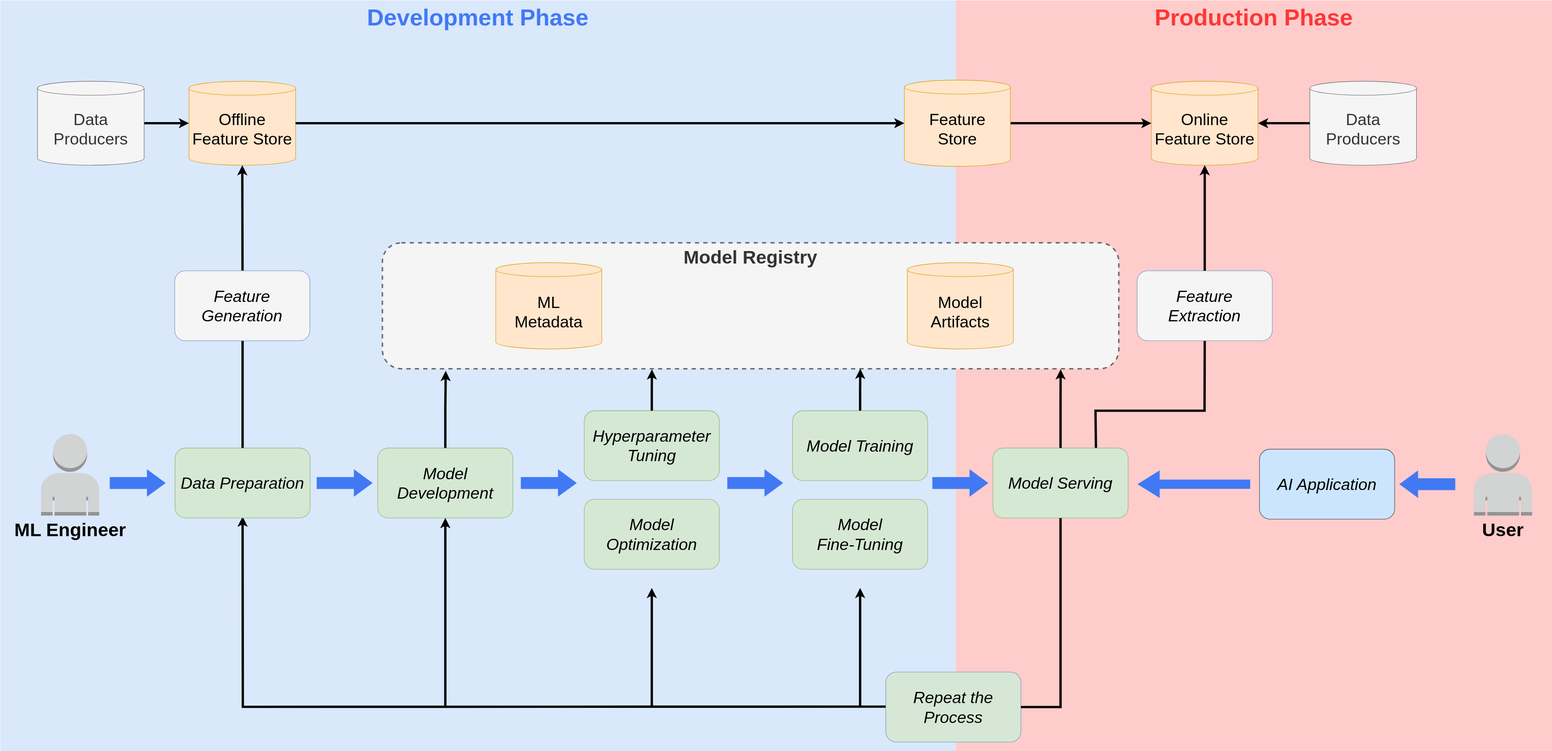
The draw.io diagram content/en/docs/started/images/ml-lifecycle-dev-prod.drawio.svg in kubeflow/website, before a commit. Source tidied: cells renumbered, new cells last; positions are measured from the earlier drawing's top-left corner, leaving out a move shared by most shapes.
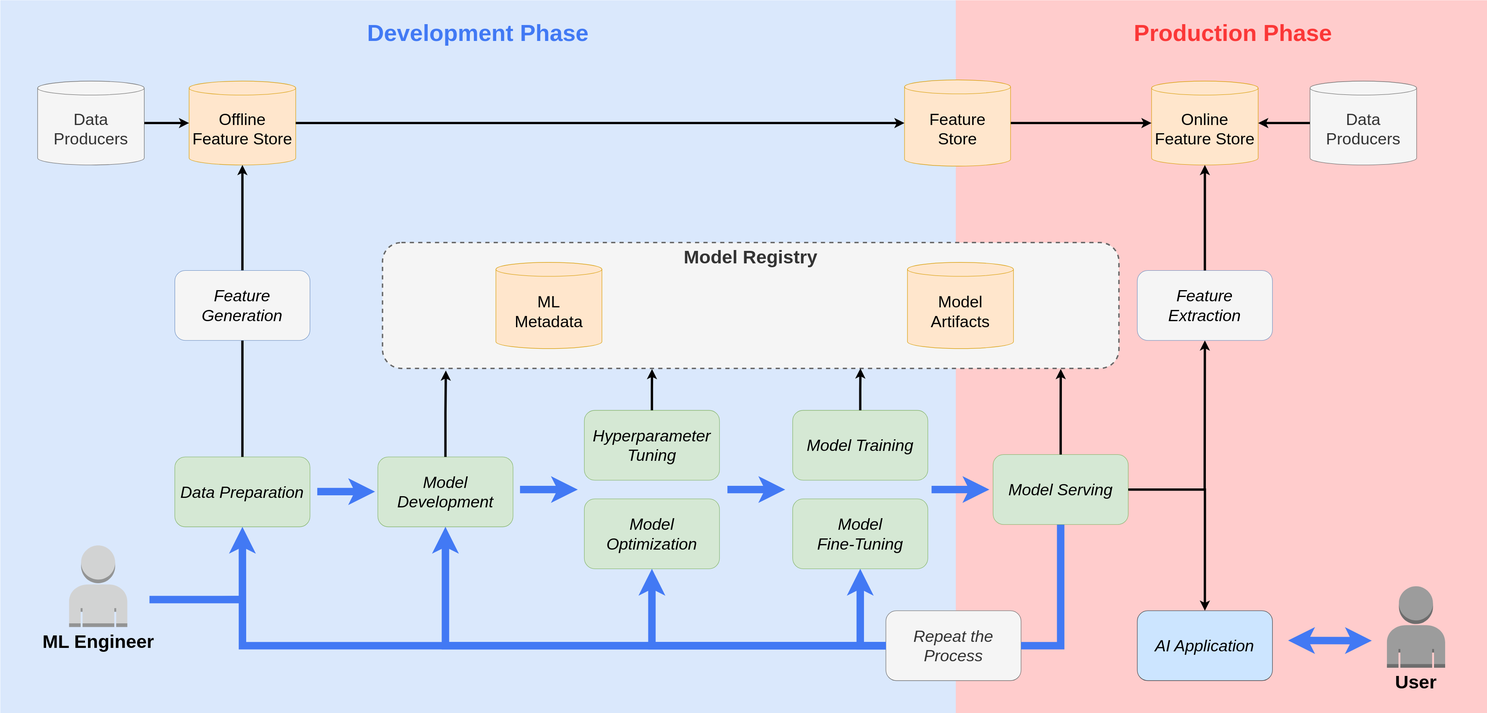
Later version of the same file.

Diff of the diagram source:
```diff
@@ -2,14 +2,14 @@
   <root>
     <mxCell id="0" />
     <mxCell id="1" parent="0" />
-    <mxCell id="2" value="Production Phase" style="rounded=1;whiteSpace=wrap;html=1;dashed=1;fillColor=#ffcccc;strokeWidth=5;strokeColor=none;fontSize=50;verticalAlign=top;arcSize=0;fontStyle=1;fontColor=#fb3737;" parent="1" vertex="1">
-      <mxGeometry x="2050" width="1280" height="1610" as="geometry" />
+    <mxCell id="2" style="rounded=1;whiteSpace=wrap;html=1;dashed=1;fillColor=#ffcccc;strokeWidth=5;strokeColor=none;fontSize=50;verticalAlign=top;arcSize=0;fontStyle=1;fontColor=#fb3737;" parent="1" vertex="1">
+      <mxGeometry x="2049" width="1141" height="1530" as="geometry" />
     </mxCell>
-    <mxCell id="3" value="Development Phase" style="rounded=1;whiteSpace=wrap;html=1;dashed=1;fillColor=#dae8fc;strokeWidth=5;strokeColor=none;fontSize=50;verticalAlign=top;arcSize=0;fontStyle=1;fontColor=#4179f4;" parent="1" vertex="1">
-      <mxGeometry width="2050" height="1610" as="geometry" />
+    <mxCell id="3" style="rounded=1;whiteSpace=wrap;html=1;dashed=1;fillColor=#dae8fc;strokeWidth=5;strokeColor=none;fontSize=50;verticalAlign=top;arcSize=0;fontStyle=1;fontColor=#4179f4;" parent="1" vertex="1">
+      <mxGeometry width="2050" height="1530" as="geometry" />
     </mxCell>
     <mxCell id="4" style="group;" parent="1" vertex="1">
-      <mxGeometry x="40" y="930.1" width="240" height="234.9" as="geometry" />
+      <mxGeometry x="100" y="1170" width="240" height="234.9" as="geometry" />
     </mxCell>
     <mxCell id="5" style="dashed=0;verticalLabelPosition=bottom;verticalAlign=top;align=center;html=1;shape=mxgraph.aws3.user;fillColor=#D2D3D3;gradientColor=none;" parent="4" vertex="1">
       <mxGeometry x="47.5" width="124.9" height="174.9" as="geometry" />
@@ -17,27 +17,18 @@
     <mxCell id="6" value="&lt;b&gt;&lt;font style=&quot;font-size: 40px;&quot;&gt;ML Engineer&lt;/font&gt;&lt;/b&gt;" style="text;html=1;align=center;verticalAlign=middle;strokeColor=none;fillColor=none;fontSize=35;" parent="4" vertex="1">
       <mxGeometry x="-20" y="174.9" width="260" height="60" as="geometry" />
     </mxCell>
-    <mxCell id="7" style="edgeStyle=orthogonalEdgeStyle;rounded=0;orthogonalLoop=1;jettySize=auto;html=1;entryX=0.5;entryY=1;entryDx=0;entryDy=0;strokeWidth=5;" parent="1" edge="1">
-      <mxGeometry relative="1" as="geometry">
-        <mxPoint x="2090" y="1514.5" as="sourcePoint" />
-        <mxPoint x="520" y="1107" as="targetPoint" />
-      </mxGeometry>
+    <mxCell id="7" style="edgeStyle=orthogonalEdgeStyle;rounded=0;jettySize=auto;html=1;entryX=0.5;entryY=1;entryDx=0;entryDy=0;strokeWidth=16;exitX=0;exitY=0.5;exitDx=0;exitDy=0;strokeColor=light-dark(#4279f4, #ededed);curved=0;" parent="1" edge="1" source="8" target="9">
+      <mxGeometry relative="1" as="geometry" />
     </mxCell>
-    <mxCell id="8" value="&lt;div&gt;Repeat the Process&lt;/div&gt;" style="rounded=1;whiteSpace=wrap;html=1;fillColor=#d6e8d5;strokeColor=#6c8ebf;fontSize=35;fontStyle=2;" parent="1" vertex="1">
-      <mxGeometry x="1900" y="1440.5" width="290" height="150" as="geometry" />
+    <mxCell id="8" value="&lt;div&gt;Repeat the Process&lt;/div&gt;" style="rounded=1;whiteSpace=wrap;html=1;fontSize=35;fontStyle=2;fillColor=#f5f5f5;fontColor=#333333;strokeColor=#666666;" parent="1" vertex="1">
+      <mxGeometry x="1900" y="1310" width="290" height="150" as="geometry" />
     </mxCell>
     <mxCell id="9" value="&lt;div&gt;Data Preparation&lt;/div&gt;" style="rounded=1;whiteSpace=wrap;html=1;fillColor=#d5e8d4;strokeColor=#82b366;fontSize=35;fontStyle=2;" parent="1" vertex="1">
-      <mxGeometry x="375" y="960" width="290" height="150" as="geometry" />
+      <mxGeometry x="374.4" y="980" width="290" height="150" as="geometry" />
     </mxCell>
     <mxCell id="10" value="Model Development" style="rounded=1;whiteSpace=wrap;html=1;fontSize=35;fontStyle=2;fillColor=#d5e8d4;strokeColor=#82b366;" parent="1" vertex="1">
-      <mxGeometry x="810" y="960" width="290" height="150" as="geometry" />
+      <mxGeometry x="810" y="980" width="290" height="150" as="geometry" />
     </mxCell>
-    <mxCell id="11" style="shape=singleArrow;whiteSpace=wrap;html=1;arrowWidth=0.4307692307692277;arrowSize=0.3352071005917159;fillColor=#4179f4;strokeColor=none;" parent="1" vertex="1">
-      <mxGeometry x="679" y="1005.5" width="120" height="59" as="geometry" />
-    </mxCell>
-    <mxCell id="12" style="shape=singleArrow;whiteSpace=wrap;html=1;arrowWidth=0.4307692307692277;arrowSize=0.3352071005917159;fillColor=#4179f4;strokeColor=none;" parent="1" vertex="1">
-      <mxGeometry x="235" y="1005.5" width="120" height="59" as="geometry" />
-    </mxCell>
     <mxCell id="13" value="Offline Feature Store" style="shape=cylinder3;whiteSpace=wrap;html=1;boundedLbl=1;backgroundOutline=1;size=15;fillColor=#ffe6cc;strokeColor=#d79b00;fontSize=35;" parent="1" vertex="1">
       <mxGeometry x="405" y="173.5" width="228.8" height="180" as="geometry" />
     </mxCell>
@@ -53,27 +44,28 @@
     <mxCell id="17" value="Data Producers" style="shape=cylinder3;whiteSpace=wrap;html=1;boundedLbl=1;backgroundOutline=1;size=15;fontSize=35;fillColor=#f5f5f5;fontColor=#333333;strokeColor=#666666;" parent="1" vertex="1">
       <mxGeometry x="2810" y="173.5" width="228.8" height="180" as="geometry" />
     </mxCell>
-    <mxCell id="18" style="edgeStyle=none;jettySize=auto;html=1;rounded=0;entryX=0.5;entryY=1;entryDx=0;entryDy=0;strokeWidth=5;" parent="1" edge="1" target="10">
+    <mxCell id="18" style="edgeStyle=none;jettySize=auto;html=1;rounded=0;entryX=0.5;entryY=1;entryDx=0;entryDy=0;strokeWidth=16;exitX=0;exitY=0.5;exitDx=0;exitDy=0;strokeColor=light-dark(#4279f4, #ededed);curved=0;" parent="1" edge="1" source="8" target="10">
       <mxGeometry relative="1" as="geometry">
-        <mxPoint x="955" y="1513" as="sourcePoint" />
+        <Array as="points">
+          <mxPoint x="955" y="1385" />
+        </Array>
       </mxGeometry>
     </mxCell>
-    <mxCell id="19" style="shape=singleArrow;whiteSpace=wrap;html=1;arrowWidth=0.4307692307692277;arrowSize=0.3352071005917159;fillColor=#4179f4;strokeColor=none;" parent="1" vertex="1">
-      <mxGeometry x="1117" y="1005.5" width="120" height="59" as="geometry" />
-    </mxCell>
-    <mxCell id="20" style="edgeStyle=none;orthogonalLoop=1;jettySize=auto;html=1;rounded=0;entryX=0.5;entryY=1;entryDx=0;entryDy=0;strokeWidth=5;" parent="1" edge="1">
+    <mxCell id="20" style="edgeStyle=none;jettySize=auto;html=1;rounded=0;entryX=0.5;entryY=1;entryDx=0;entryDy=0;strokeWidth=16;exitX=0;exitY=0.5;exitDx=0;exitDy=0;strokeColor=light-dark(#4279f4, #ededed);curved=0;" parent="1" edge="1" source="8" target="24">
       <mxGeometry relative="1" as="geometry">
-        <mxPoint x="1398" y="1513" as="sourcePoint" />
-        <mxPoint x="1398" y="1260" as="targetPoint" />
+        <Array as="points">
+          <mxPoint x="1398" y="1385" />
+        </Array>
       </mxGeometry>
     </mxCell>
-    <mxCell id="21" style="edgeStyle=none;orthogonalLoop=1;jettySize=auto;html=1;rounded=0;entryX=0.5;entryY=1;entryDx=0;entryDy=0;strokeWidth=5;" parent="1" edge="1">
+    <mxCell id="21" style="edgeStyle=none;jettySize=auto;html=1;rounded=0;entryX=0.5;entryY=1;entryDx=0;entryDy=0;strokeWidth=16;exitX=0;exitY=0.5;exitDx=0;exitDy=0;strokeColor=light-dark(#4279f4, #ededed);curved=0;" parent="1" edge="1" source="8" target="26">
       <mxGeometry relative="1" as="geometry">
-        <mxPoint x="1845" y="1513" as="sourcePoint" />
-        <mxPoint x="1845" y="1260" as="targetPoint" />
+        <Array as="points">
+          <mxPoint x="1845" y="1385" />
+        </Array>
       </mxGeometry>
     </mxCell>
-    <mxCell id="22" style="edgeStyle=orthogonalEdgeStyle;rounded=0;jettySize=auto;html=1;entryX=1;entryY=0.5;entryDx=0;entryDy=0;strokeWidth=5;endArrow=none;endFill=0;exitX=0.5;exitY=1;exitDx=0;exitDy=0;" parent="1" edge="1" source="28" target="8">
+    <mxCell id="22" style="edgeStyle=orthogonalEdgeStyle;rounded=0;jettySize=auto;html=1;entryX=1;entryY=0.5;entryDx=0;entryDy=0;strokeWidth=16;endArrow=none;endFill=0;exitX=0.5;exitY=1;exitDx=0;exitDy=0;strokeColor=light-dark(#4279f4, #ededed);curved=0;" parent="1" edge="1" source="28" target="8">
       <mxGeometry relative="1" as="geometry" />
     </mxCell>
     <mxCell id="23" value="Hyperparameter Tuning" style="rounded=1;whiteSpace=wrap;html=1;fillColor=#d5e8d4;strokeColor=#82b366;fontSize=35;fontStyle=2;" parent="1" vertex="1">
@@ -88,16 +80,16 @@
     <mxCell id="26" value="Model &lt;br&gt;Fine-Tuning" style="rounded=1;whiteSpace=wrap;html=1;fillColor=#d5e8d4;strokeColor=#82b366;fontSize=35;fontStyle=2;" parent="1" vertex="1">
       <mxGeometry x="1700" y="1070" width="290" height="150" as="geometry" />
     </mxCell>
-    <mxCell id="27" style="edgeStyle=none;rounded=0;jettySize=auto;html=1;exitX=0.762;exitY=0.007;exitDx=0;exitDy=0;entryX=0.5;entryY=1;entryDx=0;entryDy=0;strokeWidth=5;endArrow=none;endFill=0;exitPerimeter=0;" parent="1" edge="1" source="28" target="47">
+    <mxCell id="27" style="edgeStyle=none;rounded=0;jettySize=auto;html=1;exitX=1;exitY=0.5;exitDx=0;exitDy=0;entryX=0.5;entryY=1;entryDx=0;entryDy=0;strokeWidth=5;endArrow=classic;endFill=1;" parent="1" edge="1" source="28" target="47">
       <mxGeometry relative="1" as="geometry">
         <Array as="points">
-          <mxPoint x="2350" y="880" />
-          <mxPoint x="2584" y="880" />
+          <mxPoint x="2500" y="1050" />
+          <mxPoint x="2584" y="1050" />
         </Array>
       </mxGeometry>
     </mxCell>
     <mxCell id="28" value="Model Serving" style="rounded=1;whiteSpace=wrap;html=1;fillColor=#d5e8d4;strokeColor=#82b366;fontSize=35;fontStyle=2;" parent="1" vertex="1">
-      <mxGeometry x="2130" y="960" width="290" height="150" as="geometry" />
+      <mxGeometry x="2130" y="975" width="290" height="150" as="geometry" />
     </mxCell>
     <mxCell id="29" style="edgeStyle=orthogonalEdgeStyle;rounded=0;jettySize=auto;html=1;entryX=0;entryY=0.5;entryDx=0;entryDy=0;entryPerimeter=0;strokeWidth=5;" parent="1" edge="1" source="13" target="46">
       <mxGeometry relative="1" as="geometry" />
@@ -105,12 +97,6 @@
     <mxCell id="30" style="edgeStyle=orthogonalEdgeStyle;rounded=0;jettySize=auto;html=1;entryX=0;entryY=0.5;entryDx=0;entryDy=0;entryPerimeter=0;strokeWidth=5;exitX=1;exitY=0.5;exitDx=0;exitDy=0;exitPerimeter=0;" parent="1" edge="1" source="46" target="15">
       <mxGeometry relative="1" as="geometry" />
     </mxCell>
-    <mxCell id="31" style="shape=singleArrow;whiteSpace=wrap;html=1;arrowWidth=0.4307692307692277;arrowSize=0.3352071005917159;fillColor=#4179f4;strokeColor=none;" parent="1" vertex="1">
-      <mxGeometry x="2000" y="1005.5" width="120" height="59" as="geometry" />
-    </mxCell>
-    <mxCell id="32" style="shape=singleArrow;whiteSpace=wrap;html=1;arrowWidth=0.4307692307692277;arrowSize=0.3352071005917159;fillColor=#4179f4;strokeColor=none;" parent="1" vertex="1">
-      <mxGeometry x="1560" y="1005.5" width="120" height="59" as="geometry" />
-    </mxCell>
     <mxCell id="33" style="edgeStyle=orthogonalEdgeStyle;rounded=0;jettySize=auto;html=1;strokeWidth=5;" parent="1" edge="1" source="34" target="13">
       <mxGeometry relative="1" as="geometry" />
     </mxCell>
@@ -141,15 +127,9 @@
     <mxCell id="42" style="edgeStyle=orthogonalEdgeStyle;rounded=0;jettySize=auto;html=1;entryX=0.921;entryY=1.005;entryDx=0;entryDy=0;entryPerimeter=0;strokeWidth=5;" parent="1" edge="1" source="28" target="36">
       <mxGeometry relative="1" as="geometry" />
     </mxCell>
-    <mxCell id="43" style="shape=singleArrow;whiteSpace=wrap;html=1;arrowWidth=0.33506591337099656;arrowSize=0.1970348324515004;fillColor=#4179f4;strokeColor=none;direction=west;" parent="1" vertex="1">
-      <mxGeometry x="2440" y="1008.1" width="241.9" height="59" as="geometry" />
-    </mxCell>
     <mxCell id="44" value="AI Application" style="rounded=1;whiteSpace=wrap;html=1;fillColor=#cce5ff;strokeColor=#36393d;fontSize=35;fontStyle=2;" parent="1" vertex="1">
-      <mxGeometry x="2701.9" y="962.6" width="290" height="150" as="geometry" />
+      <mxGeometry x="2439.4" y="1310" width="290" height="150" as="geometry" />
     </mxCell>
-    <mxCell id="45" style="shape=singleArrow;whiteSpace=wrap;html=1;arrowWidth=0.4307692307692277;arrowSize=0.3352071005917159;fillColor=#4179f4;strokeColor=none;direction=west;" parent="1" vertex="1">
-      <mxGeometry x="3001.9" y="1008.1" width="120" height="59" as="geometry" />
-    </mxCell>
     <mxCell id="46" value="Feature &lt;br&gt;Store" style="shape=cylinder3;whiteSpace=wrap;html=1;boundedLbl=1;backgroundOutline=1;size=15;fillColor=#ffe6cc;strokeColor=#d79b00;fontSize=35;" parent="1" vertex="1">
       <mxGeometry x="1940" y="171" width="227.5" height="185" as="geometry" />
     </mxCell>
@@ -160,13 +140,58 @@
       <mxGeometry relative="1" as="geometry" />
     </mxCell>
     <mxCell id="49" style="group;" parent="1" vertex="1">
-      <mxGeometry x="3161.9" y="930.1" width="124.9" height="234.9" as="geometry" />
+      <mxGeometry x="2975" y="1257.6" width="124.9" height="234.9" as="geometry" />
     </mxCell>
-    <mxCell id="50" style="dashed=0;verticalLabelPosition=bottom;verticalAlign=top;align=center;html=1;shape=mxgraph.aws3.user;fillColor=#D2D3D3;gradientColor=none;" parent="49" vertex="1">
+    <mxCell id="50" style="dashed=0;verticalLabelPosition=bottom;verticalAlign=top;align=center;html=1;shape=mxgraph.aws3.user;fillColor=light-dark(#9c9c9c, #373838);gradientColor=none;" parent="49" vertex="1">
       <mxGeometry width="124.9" height="174.9" as="geometry" />
     </mxCell>
     <mxCell id="51" value="&lt;b&gt;&lt;font style=&quot;font-size: 40px;&quot;&gt;User&lt;/font&gt;&lt;/b&gt;" style="text;html=1;align=center;verticalAlign=middle;strokeColor=none;fillColor=none;fontSize=35;" parent="49" vertex="1">
       <mxGeometry x="7.5" y="174.9" width="110" height="60" as="geometry" />
     </mxCell>
+    <mxCell id="52" value="&lt;span style=&quot;color: rgb(65, 121, 244); font-size: 50px; font-weight: 700;&quot;&gt;Development Phase&lt;/span&gt;" style="rounded=0;whiteSpace=wrap;html=1;fillColor=none;strokeColor=none;" parent="1" vertex="1">
+      <mxGeometry x="680" y="30" width="690" height="80" as="geometry" />
+    </mxCell>
+    <mxCell id="53" value="&lt;span style=&quot;color: rgb(251, 55, 55); font-size: 50px; font-weight: 700;&quot;&gt;Production Phase&lt;/span&gt;" style="rounded=0;whiteSpace=wrap;html=1;fillColor=none;strokeColor=none;" parent="1" vertex="1">
+      <mxGeometry x="2300" y="30" width="690" height="80" as="geometry" />
+    </mxCell>
+    <mxCell id="54" style="edgeStyle=none;orthogonalLoop=1;jettySize=auto;html=1;rounded=0;strokeWidth=16;strokeColor=light-dark(#4279f4, #ededed);curved=0;" parent="1" edge="1">
+      <mxGeometry relative="1" as="geometry">
+        <mxPoint x="680" y="1054.5" as="sourcePoint" />
+        <mxPoint x="804" y="1054.5" as="targetPoint" />
+      </mxGeometry>
+    </mxCell>
+    <mxCell id="55" style="edgeStyle=none;orthogonalLoop=1;jettySize=auto;html=1;rounded=0;strokeWidth=16;strokeColor=light-dark(#4279f4, #ededed);curved=0;" parent="1" edge="1">
+      <mxGeometry relative="1" as="geometry">
+        <mxPoint x="1115" y="1050" as="sourcePoint" />
+        <mxPoint x="1239" y="1050" as="targetPoint" />
+      </mxGeometry>
+    </mxCell>
+    <mxCell id="56" style="edgeStyle=none;orthogonalLoop=1;jettySize=auto;html=1;rounded=0;strokeWidth=16;strokeColor=light-dark(#4279f4, #ededed);curved=0;" parent="1" edge="1">
+      <mxGeometry relative="1" as="geometry">
+        <mxPoint x="1560" y="1050" as="sourcePoint" />
+        <mxPoint x="1684" y="1050" as="targetPoint" />
+      </mxGeometry>
+    </mxCell>
+    <mxCell id="57" style="edgeStyle=none;orthogonalLoop=1;jettySize=auto;html=1;rounded=0;strokeWidth=16;strokeColor=light-dark(#4279f4, #ededed);curved=0;" parent="1" edge="1">
+      <mxGeometry relative="1" as="geometry">
+        <mxPoint x="1998" y="1050" as="sourcePoint" />
+        <mxPoint x="2122" y="1050" as="targetPoint" />
+      </mxGeometry>
+    </mxCell>
+    <mxCell id="58" style="edgeStyle=orthogonalEdgeStyle;rounded=0;jettySize=auto;html=1;entryX=0.5;entryY=0;entryDx=0;entryDy=0;strokeWidth=5;exitX=1;exitY=0.5;exitDx=0;exitDy=0;" parent="1" edge="1" source="28" target="44">
+      <mxGeometry relative="1" as="geometry" />
+    </mxCell>
+    <mxCell id="59" style="edgeStyle=none;orthogonalLoop=1;jettySize=auto;html=1;rounded=0;strokeWidth=16;strokeColor=light-dark(#4279f4, #ededed);curved=0;startArrow=classic;startFill=1;entryX=0.74;entryY=0.85;entryDx=0;entryDy=0;entryPerimeter=0;" parent="1" edge="1">
+      <mxGeometry relative="1" as="geometry">
+        <mxPoint x="2763" y="1373.8" as="sourcePoint" />
+        <mxPoint x="2942.6" y="1374.2" as="targetPoint" />
+      </mxGeometry>
+    </mxCell>
+    <mxCell id="60" style="edgeStyle=none;orthogonalLoop=1;jettySize=auto;html=1;rounded=0;strokeWidth=16;strokeColor=light-dark(#4279f4, #ededed);curved=0;endArrow=none;startFill=0;" parent="1" edge="1">
+      <mxGeometry relative="1" as="geometry">
+        <mxPoint x="320" y="1286.2" as="sourcePoint" />
+        <mxPoint x="520" y="1286" as="targetPoint" />
+      </mxGeometry>
+    </mxCell>
   </root>
 </mxGraphModel>
```
